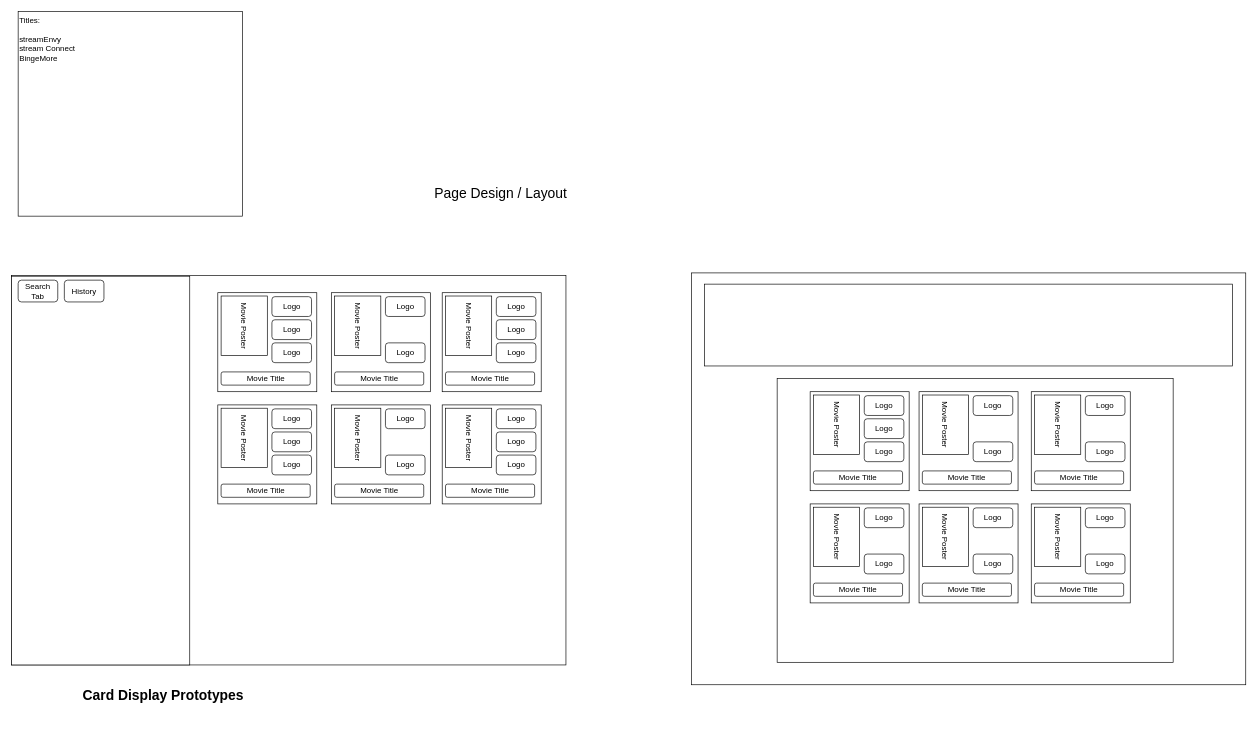
The draw.io diagram page "Page Layout" (1 of 2) of Stream Connect.drawio in gatorhatur/stream-connect, before the edit. Source tidied: cells renumbered, new cells numbered last; positions are measured from the earlier drawing's top-left corner, leaving out a move shared by most shapes. Both pictures are drawn from the tidied source at 66%, with x=0, y=0 at pixel (11, 11).
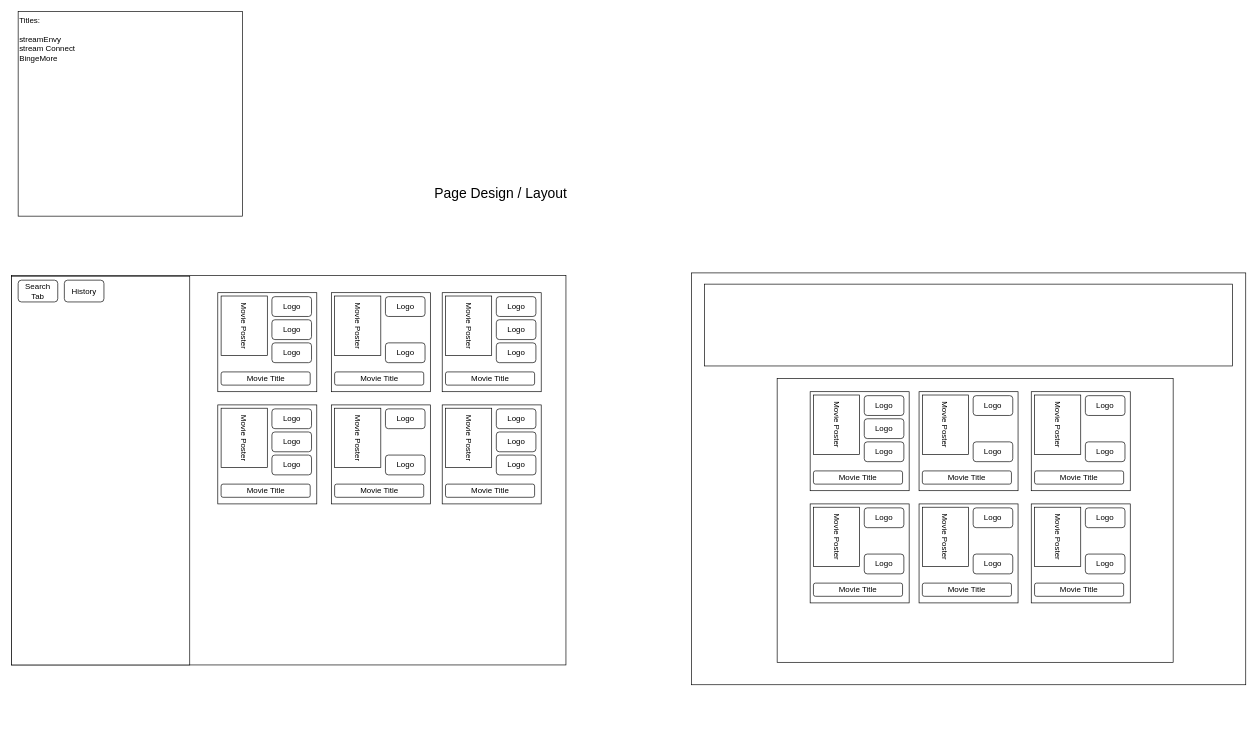
After the change.

Commit message:
deleted redundant label

Diff of the diagram source:
```diff
@@
-    <mxCell id="74" value="Card Display Prototypes" style="text;html=1;strokeColor=none;fillColor=none;align=center;verticalAlign=middle;whiteSpace=wrap;rounded=0;fontSize=21;fontStyle=1;" parent="1" vertex="1">
-      <mxGeometry x="100" y="1000" width="260" height="70" as="geometry" />
-    </mxCell>
```
